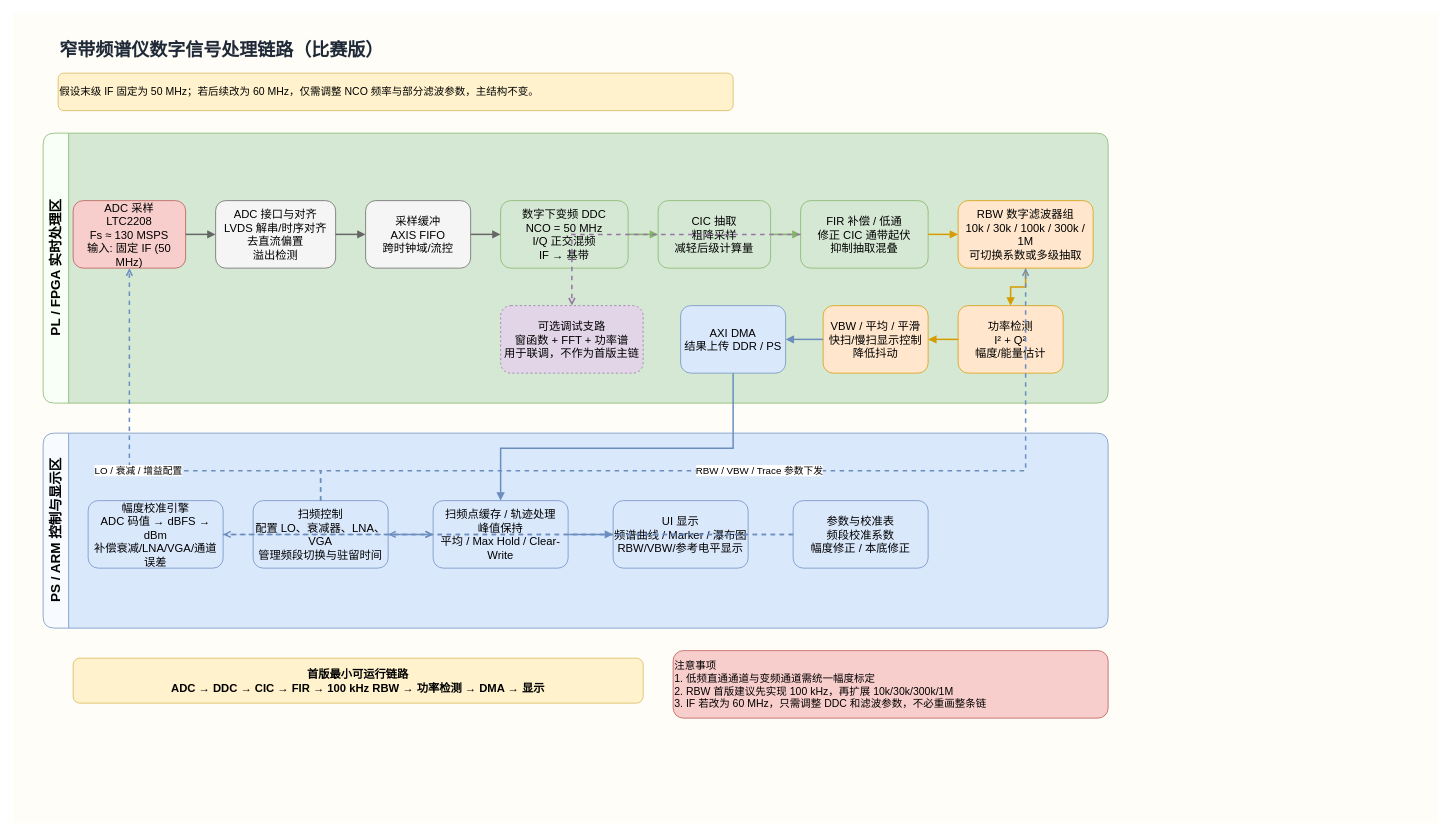
Above: docs/digital_signal_chain.drawio in markeunobug/PUSUSA (draw.io), before the change. Source tidied: cells renumbered, new cells numbered last; positions are measured from the earlier drawing's top-left corner, leaving out a move shared by most shapes. Both pictures are drawn from the tidied source at 75%, with x=0, y=0 at pixel (13, 13).
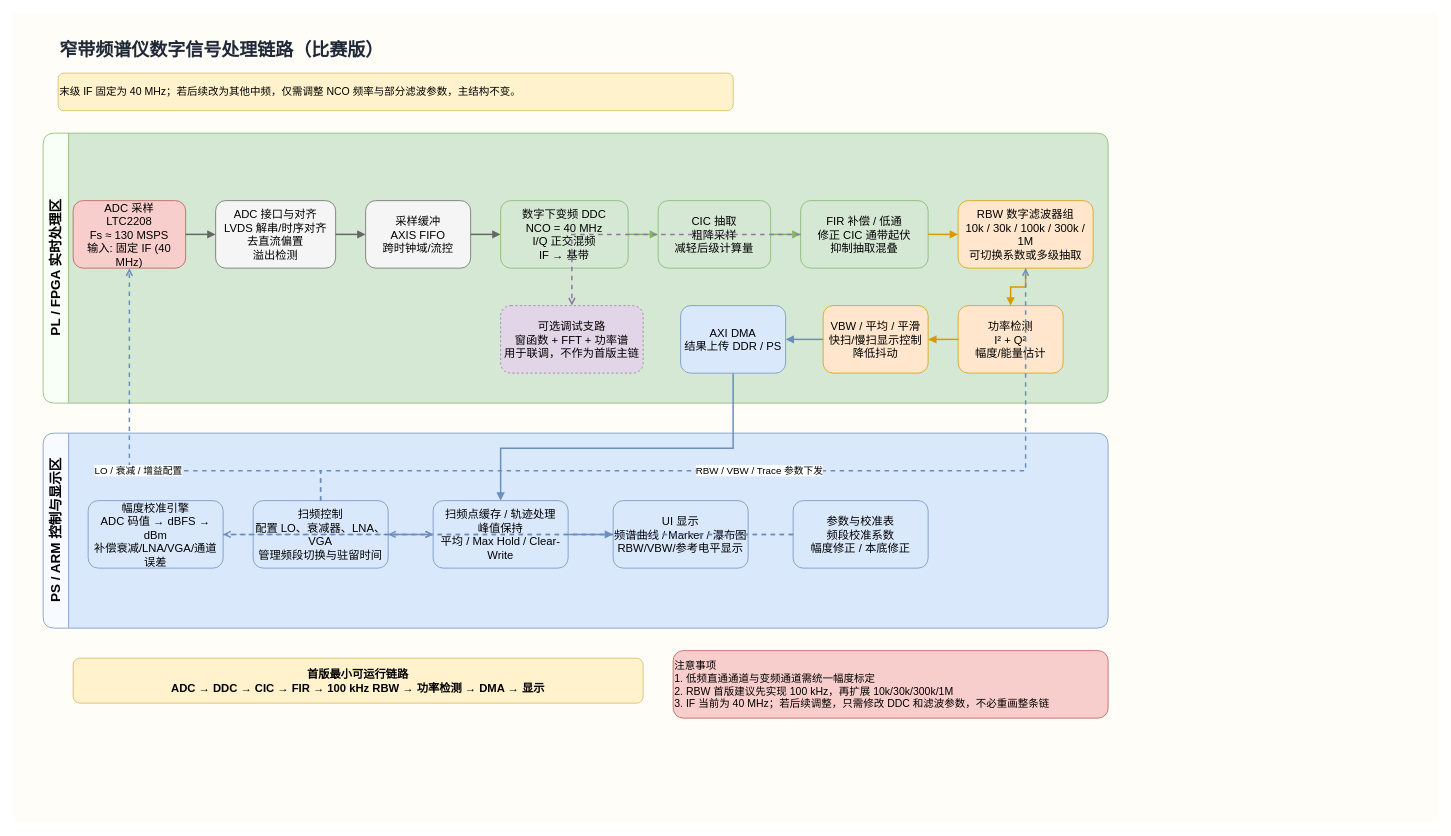
After the change.

Change to the diagram source:
```diff
@@
-    <mxCell id="4" value="假设末级 IF 固定为 50 MHz；若后续改为 60 MHz，仅需调整 NCO 频率与部分滤波参数，主结构不变。" style="rounded=1;whiteSpace=wrap;html=1;fillColor=#fff2cc;strokeColor=#d6b656;fontSize=14;align=left;verticalAlign=middle;" parent="1" vertex="1">
+    <mxCell id="4" value="末级 IF 固定为 40 MHz；若后续改为其他中频，仅需调整 NCO 频率与部分滤波参数，主结构不变。" style="rounded=1;whiteSpace=wrap;html=1;fillColor=#fff2cc;strokeColor=#d6b656;fontSize=14;align=left;verticalAlign=middle;" parent="1" vertex="1">
       <mxGeometry x="60" y="80" width="900" height="50" as="geometry" />
     </mxCell>
@@
-    <mxCell id="7" value="ADC 采样&#10;LTC2208&#10;Fs ≈ 130 MSPS&#10;输入: 固定 IF (50 MHz)" style="rounded=1;whiteSpace=wrap;html=1;fillColor=#f8cecc;strokeColor=#b85450;fontSize=15;" parent="1" vertex="1">
+    <mxCell id="7" value="ADC 采样&#10;LTC2208&#10;Fs ≈ 130 MSPS&#10;输入: 固定 IF (40 MHz)" style="rounded=1;whiteSpace=wrap;html=1;fillColor=#f8cecc;strokeColor=#b85450;fontSize=15;" parent="1" vertex="1">
       <mxGeometry x="80" y="250" width="150" height="90" as="geometry" />
     </mxCell>
@@
-    <mxCell id="10" value="数字下变频 DDC&#10;NCO = 50 MHz&#10;I/Q 正交混频&#10;IF → 基带" style="rounded=1;whiteSpace=wrap;html=1;fillColor=#d5e8d4;strokeColor=#82b366;fontSize=15;" parent="1" vertex="1">
+    <mxCell id="10" value="数字下变频 DDC&#10;NCO = 40 MHz&#10;I/Q 正交混频&#10;IF → 基带" style="rounded=1;whiteSpace=wrap;html=1;fillColor=#d5e8d4;strokeColor=#82b366;fontSize=15;" parent="1" vertex="1">
       <mxGeometry x="650" y="250" width="170" height="90" as="geometry" />
     </mxCell>
@@
-    <mxCell id="24" value="注意事项&#10;1. 低频直通通道与变频通道需统一幅度标定&#10;2. RBW 首版建议先实现 100 kHz，再扩展 10k/30k/300k/1M&#10;3. IF 若改为 60 MHz，只需调整 DDC 和滤波参数，不必重画整条链" style="rounded=1;whiteSpace=wrap;html=1;fillColor=#f8cecc;strokeColor=#b85450;fontSize=14;align=left;" parent="1" vertex="1">
+    <mxCell id="24" value="注意事项&#10;1. 低频直通通道与变频通道需统一幅度标定&#10;2. RBW 首版建议先实现 100 kHz，再扩展 10k/30k/300k/1M&#10;3. IF 当前为 40 MHz；若后续调整，只需修改 DDC 和滤波参数，不必重画整条链" style="rounded=1;whiteSpace=wrap;html=1;fillColor=#f8cecc;strokeColor=#b85450;fontSize=14;align=left;" parent="1" vertex="1">
       <mxGeometry x="880" y="850" width="580" height="90" as="geometry" />
     </mxCell>
```
